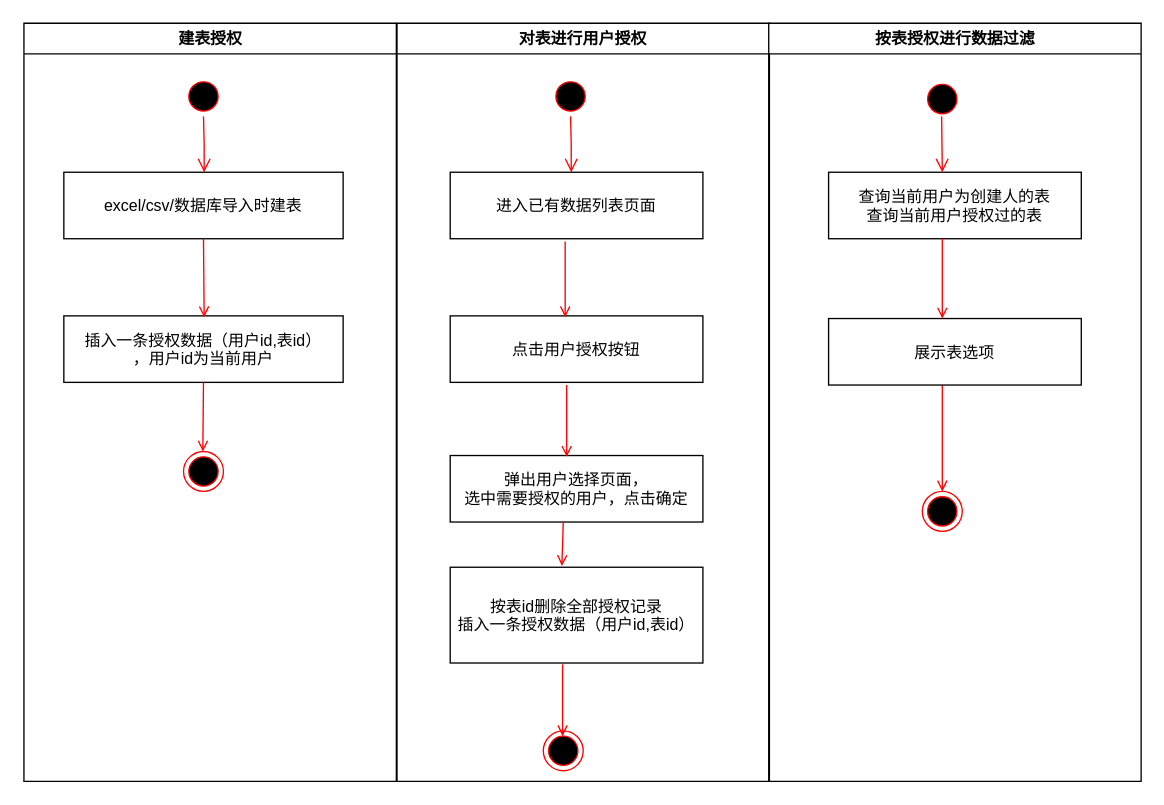
This is .drawio from hesiwei/diagrams, a draw.io file, before an edit. Source tidied: cells renumbered, new cells numbered last; positions are measured from the earlier drawing's top-left corner, leaving out a move shared by most shapes. Both pictures are drawn from the tidied source at 133%, with x=0, y=0 at pixel (23, 23).
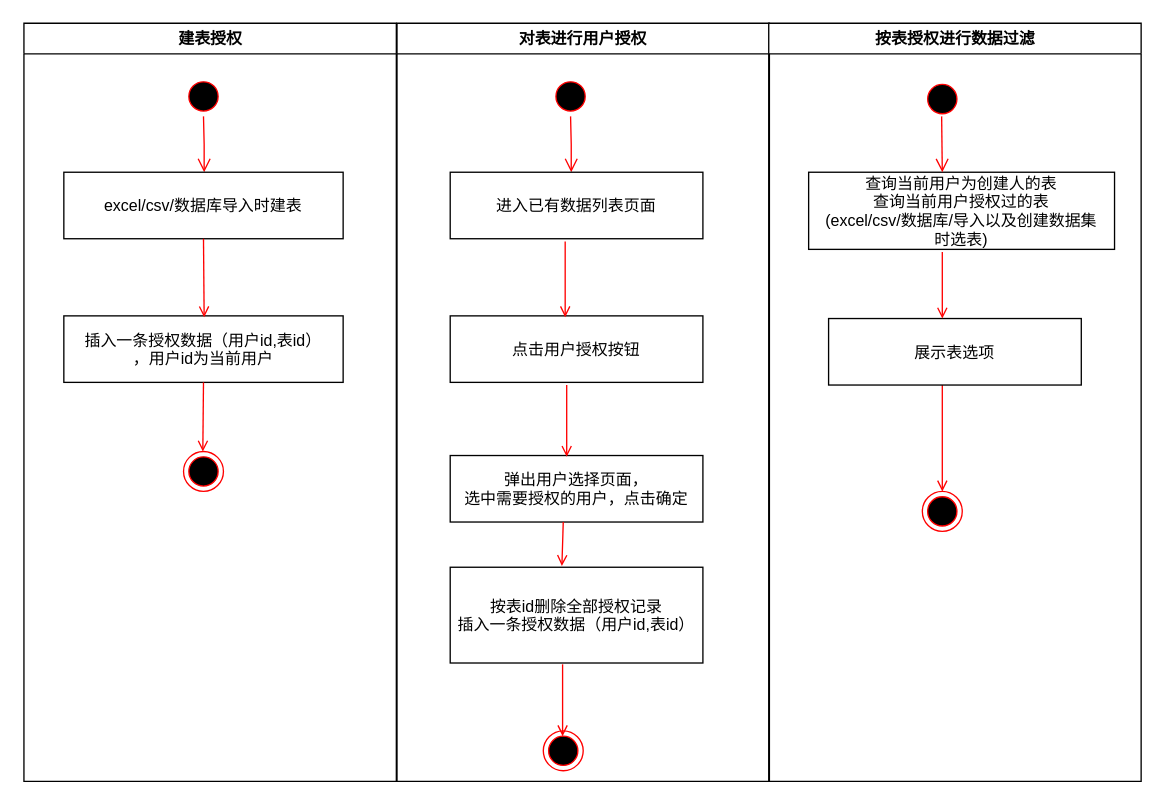
The same page after the edit.

Unchanged cells that the change refers to:
```xml
<mxCell id="22" value="按表授权进行数据过滤" style="swimlane;whiteSpace=wrap;" parent="1" vertex="1">
  <mxGeometry x="560.5" width="280" height="570" as="geometry" />
</mxCell>
```

Change to the diagram source:
```diff
@@
-    <mxCell id="26" value="查询当前用户为创建人的表&#10;查询当前用户授权过的表" parent="22" vertex="1">
-      <mxGeometry x="45" y="112" width="190" height="50" as="geometry" />
+    <mxCell id="26" value="查询当前用户为创建人的表&#10;查询当前用户授权过的表&#10;(excel/csv/数据库/导入以及创建数据集&#10;时选表)" parent="22" vertex="1">
+      <mxGeometry x="30" y="112" width="230" height="58" as="geometry" />
     </mxCell>
@@
     <mxCell id="29" style="endArrow=open;strokeColor=#FF0000;endFill=1;rounded=0;" parent="22" edge="1">
       <mxGeometry relative="1" as="geometry">
-        <mxPoint x="130.5" y="162" as="sourcePoint" />
+        <mxPoint x="130.5" y="172" as="sourcePoint" />
         <mxPoint x="130.5" y="222" as="targetPoint" />
       </mxGeometry>
     </mxCell>
```
